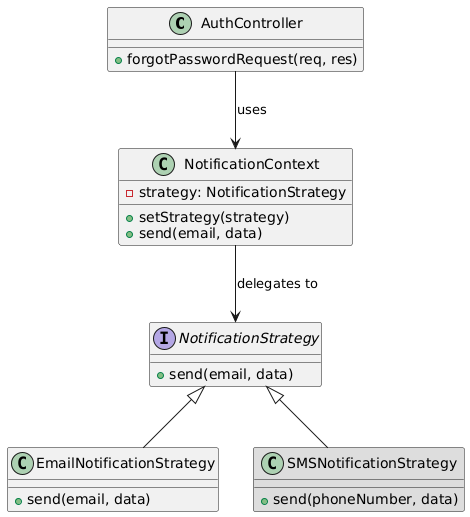
Before: Assets/strategyForgotPassword.png, a diagram exported from PlantUML (millisom/GluGuide).
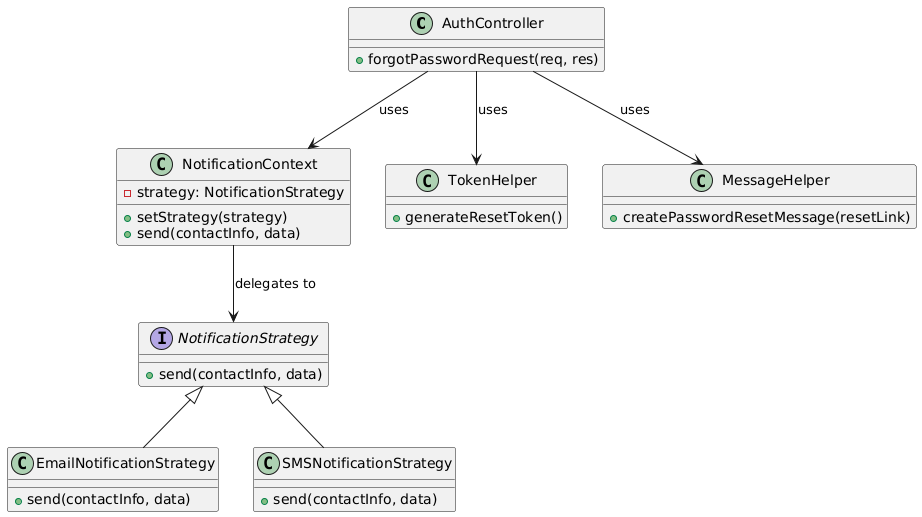
Later version of the same file.

Commit message:
updated uml diagram and SAD

What changed in the source:
```diff
@@ -6,23 +6,34 @@
 class NotificationContext {
   - strategy: NotificationStrategy
   + setStrategy(strategy)
-  + send(email, data)
+  + send(contactInfo, data)
 }
 
 interface NotificationStrategy {
-  + send(email, data)
+  + send(contactInfo, data)
 }
 
 class EmailNotificationStrategy {
-  + send(email, data)
+  + send(contactInfo, data)
 }
 
-class SMSNotificationStrategy #DDDDDD {
-  + send(phoneNumber, data)
+class SMSNotificationStrategy {
+  + send(contactInfo, data)
+}
+
+class TokenHelper {
+  + generateResetToken()
+}
+
+class MessageHelper {
+  + createPasswordResetMessage(resetLink)
 }
 
 AuthController --> NotificationContext : uses
 NotificationContext --> NotificationStrategy : delegates to
 NotificationStrategy <|-- EmailNotificationStrategy
 NotificationStrategy <|-- SMSNotificationStrategy
+
+AuthController --> TokenHelper : uses
+AuthController --> MessageHelper : uses
 @enduml
```
